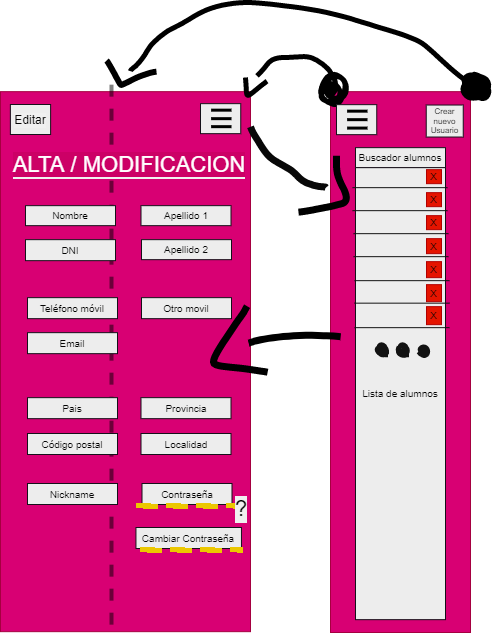
Above: mockup/app.png in OsmanMehmed/Student-Management-App (draw.io), before the change. Source tidied: cells renumbered, new cells last; positions are measured from the earlier drawing's top-left corner, leaving out a move shared by most shapes.
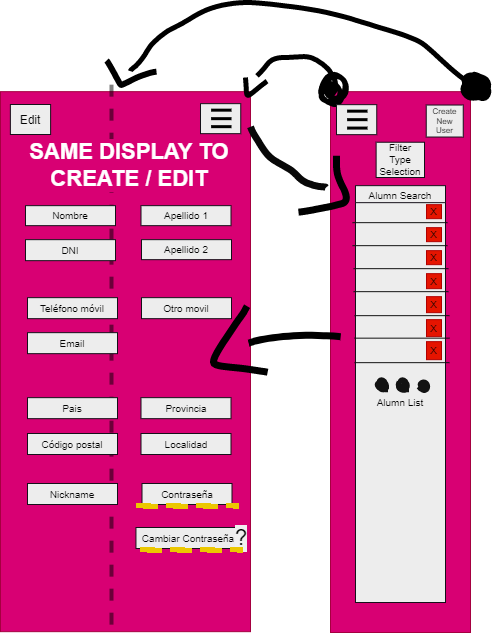
Above is the later version.

The edit, as a diff of the source:
```diff
@@ -20,68 +20,68 @@
     <mxCell id="7" style="shape=(stored shape, 492 characters);fillColor=none;strokeColor=#000000;strokeWidth=7;" parent="1" vertex="1">
       <mxGeometry x="213" y="303.7" width="54.1" height="66" as="geometry" />
     </mxCell>
-    <mxCell id="8" value="&lt;font color=&quot;#030303&quot;&gt;Buscador alumnos&lt;/font&gt;" style="rounded=0;whiteSpace=wrap;html=1;fontSize=10;strokeColor=#151019;fillColor=#EDEDED;" parent="1" vertex="1">
-      <mxGeometry x="355" y="145.2" width="90" height="20" as="geometry" />
+    <mxCell id="8" value="&lt;font color=&quot;#030303&quot;&gt;Alumn Search&lt;/font&gt;" style="rounded=0;whiteSpace=wrap;html=1;fontSize=10;strokeColor=#151019;fillColor=#EDEDED;" parent="1" vertex="1">
+      <mxGeometry x="355" y="183.2" width="90" height="20" as="geometry" />
     </mxCell>
-    <mxCell id="9" value="&lt;font color=&quot;#030303&quot;&gt;Lista de alumnos&lt;/font&gt;" style="rounded=0;whiteSpace=wrap;html=1;fontSize=10;strokeColor=#151019;fillColor=#EDEDED;" parent="1" vertex="1">
-      <mxGeometry x="355" y="165.2" width="90" height="452" as="geometry" />
+    <mxCell id="9" value="&lt;font color=&quot;#030303&quot;&gt;Alumn List&lt;/font&gt;" style="rounded=0;whiteSpace=wrap;html=1;fontSize=10;strokeColor=#151019;fillColor=#EDEDED;" parent="1" vertex="1">
+      <mxGeometry x="355" y="200.2" width="90" height="399.8" as="geometry" />
     </mxCell>
     <mxCell id="10" style="shape=(stored shape, 764 characters);fillColor=none;labelBackgroundColor=#F0F0F0;fontColor=#030303;strokeColor=#080808;strokeWidth=7;" parent="1" vertex="1">
       <mxGeometry x="250" y="124.3" width="75.5" height="60.8" as="geometry" />
     </mxCell>
     <mxCell id="11" style="line;strokeWidth=1;html=1;perimeter=backbonePerimeter;labelBackgroundColor=#F0F0F0;fontColor=#030303;fillColor=#000000;gradientColor=#1F1F1F;strokeColor=#121212;" parent="1" vertex="1">
-      <mxGeometry x="352" y="180.2" width="95" height="10" as="geometry" />
+      <mxGeometry x="352" y="215.2" width="95" height="10" as="geometry" />
     </mxCell>
     <mxCell id="12" style="line;strokeWidth=1;html=1;perimeter=backbonePerimeter;labelBackgroundColor=#F0F0F0;fontColor=#030303;fillColor=#000000;gradientColor=#1F1F1F;strokeColor=#121212;" parent="1" vertex="1">
-      <mxGeometry x="352" y="203.2" width="95" height="10" as="geometry" />
+      <mxGeometry x="352" y="238.2" width="95" height="10" as="geometry" />
     </mxCell>
     <mxCell id="13" style="line;strokeWidth=1;html=1;perimeter=backbonePerimeter;labelBackgroundColor=#F0F0F0;fontColor=#030303;fillColor=#000000;gradientColor=#1F1F1F;strokeColor=#121212;" parent="1" vertex="1">
-      <mxGeometry x="353" y="226.2" width="95" height="10" as="geometry" />
+      <mxGeometry x="353" y="261.2" width="95" height="10" as="geometry" />
     </mxCell>
     <mxCell id="14" style="line;strokeWidth=1;html=1;perimeter=backbonePerimeter;labelBackgroundColor=#F0F0F0;fontColor=#030303;fillColor=#000000;gradientColor=#1F1F1F;strokeColor=#121212;" parent="1" vertex="1">
-      <mxGeometry x="353" y="249.2" width="95" height="10" as="geometry" />
+      <mxGeometry x="353" y="284.2" width="95" height="10" as="geometry" />
     </mxCell>
     <mxCell id="15" style="line;strokeWidth=1;html=1;perimeter=backbonePerimeter;labelBackgroundColor=#F0F0F0;fontColor=#030303;fillColor=#000000;gradientColor=#1F1F1F;strokeColor=#121212;" parent="1" vertex="1">
-      <mxGeometry x="354" y="273.2" width="95" height="10" as="geometry" />
+      <mxGeometry x="354" y="308.2" width="95" height="10" as="geometry" />
     </mxCell>
     <mxCell id="16" style="line;strokeWidth=1;html=1;perimeter=backbonePerimeter;labelBackgroundColor=#F0F0F0;fontColor=#030303;fillColor=#000000;gradientColor=#1F1F1F;strokeColor=#121212;" parent="1" vertex="1">
-      <mxGeometry x="354" y="295.2" width="95" height="11" as="geometry" />
+      <mxGeometry x="354" y="330.2" width="95" height="11" as="geometry" />
     </mxCell>
     <mxCell id="17" style="line;strokeWidth=1;html=1;perimeter=backbonePerimeter;labelBackgroundColor=#F0F0F0;fontColor=#030303;fillColor=#000000;gradientColor=#1F1F1F;strokeColor=#121212;" parent="1" vertex="1">
-      <mxGeometry x="354" y="319.2" width="95" height="12" as="geometry" />
+      <mxGeometry x="354" y="354.2" width="95" height="12" as="geometry" />
     </mxCell>
     <mxCell id="18" style="shape=(stored shape, 488 characters);fillColor=none;labelBackgroundColor=#F0F0F0;fontColor=#030303;strokeColor=#121212;strokeWidth=4;" parent="1" vertex="1">
-      <mxGeometry x="377.8" y="346.4" width="8.8" height="6.4" as="geometry" />
+      <mxGeometry x="377.8" y="381.4" width="8.8" height="6.4" as="geometry" />
     </mxCell>
     <mxCell id="19" style="shape=(stored shape, 440 characters);fillColor=none;labelBackgroundColor=#F0F0F0;fontColor=#030303;strokeColor=#121212;strokeWidth=7;" parent="1" vertex="1">
-      <mxGeometry x="418.7" y="345.6" width="7.4" height="6.3" as="geometry" />
+      <mxGeometry x="418.7" y="380.6" width="7.4" height="6.3" as="geometry" />
     </mxCell>
     <mxCell id="20" style="shape=(stored shape, 552 characters);fillColor=none;labelBackgroundColor=#F0F0F0;fontColor=#030303;strokeColor=#121212;strokeWidth=3;" parent="1" vertex="1">
-      <mxGeometry x="397" y="343.3" width="10.1" height="10.5" as="geometry" />
+      <mxGeometry x="397" y="378.3" width="10.1" height="10.5" as="geometry" />
     </mxCell>
     <mxCell id="21" value="&lt;font color=&quot;#030303&quot;&gt;X&lt;/font&gt;" style="rounded=0;whiteSpace=wrap;html=1;fontSize=10;strokeColor=#B20000;fillColor=#e51400;fontColor=#ffffff;" parent="1" vertex="1">
-      <mxGeometry x="426" y="167.2" width="15" height="14" as="geometry" />
+      <mxGeometry x="426" y="202.2" width="15" height="14" as="geometry" />
     </mxCell>
     <mxCell id="22" style="shape=(stored shape, 1152 characters);fillColor=none;labelBackgroundColor=#F0F0F0;fontColor=#030303;strokeColor=#121212;strokeWidth=3;" parent="1" vertex="1">
-      <mxGeometry x="396.8" y="341.3" width="10.9" height="13.3" as="geometry" />
+      <mxGeometry x="396.8" y="376.3" width="10.9" height="13.3" as="geometry" />
     </mxCell>
     <mxCell id="23" style="shape=(stored shape, 1152 characters);fillColor=none;labelBackgroundColor=#F0F0F0;fontColor=#030303;strokeColor=#121212;strokeWidth=3;" parent="1" vertex="1">
-      <mxGeometry x="375.8" y="341.3" width="10.9" height="13.3" as="geometry" />
+      <mxGeometry x="375.8" y="376.3" width="10.9" height="13.3" as="geometry" />
     </mxCell>
     <mxCell id="24" value="&lt;font color=&quot;#030303&quot;&gt;X&lt;/font&gt;" style="rounded=0;whiteSpace=wrap;html=1;fontSize=10;strokeColor=#B20000;fillColor=#e51400;fontColor=#ffffff;" parent="1" vertex="1">
-      <mxGeometry x="426" y="190.2" width="15" height="14" as="geometry" />
+      <mxGeometry x="426" y="225.2" width="15" height="14" as="geometry" />
     </mxCell>
     <mxCell id="25" value="&lt;font color=&quot;#030303&quot;&gt;X&lt;/font&gt;" style="rounded=0;whiteSpace=wrap;html=1;fontSize=10;strokeColor=#B20000;fillColor=#e51400;fontColor=#ffffff;" parent="1" vertex="1">
-      <mxGeometry x="426" y="213.2" width="15" height="14" as="geometry" />
+      <mxGeometry x="426" y="248.2" width="15" height="14" as="geometry" />
     </mxCell>
     <mxCell id="26" value="&lt;font color=&quot;#030303&quot;&gt;X&lt;/font&gt;" style="rounded=0;whiteSpace=wrap;html=1;fontSize=10;strokeColor=#B20000;fillColor=#e51400;fontColor=#ffffff;" parent="1" vertex="1">
-      <mxGeometry x="426" y="236.2" width="15" height="15" as="geometry" />
+      <mxGeometry x="426" y="271.2" width="15" height="15" as="geometry" />
     </mxCell>
     <mxCell id="27" value="&lt;font color=&quot;#030303&quot;&gt;X&lt;/font&gt;" style="rounded=0;whiteSpace=wrap;html=1;fontSize=10;strokeColor=#B20000;fillColor=#e51400;fontColor=#ffffff;" parent="1" vertex="1">
-      <mxGeometry x="426" y="259.2" width="15" height="16" as="geometry" />
+      <mxGeometry x="426" y="294.2" width="15" height="16" as="geometry" />
     </mxCell>
     <mxCell id="28" value="&lt;font color=&quot;#030303&quot;&gt;X&lt;/font&gt;" style="rounded=0;whiteSpace=wrap;html=1;fontSize=10;strokeColor=#B20000;fillColor=#e51400;fontColor=#ffffff;" parent="1" vertex="1">
-      <mxGeometry x="426" y="282.2" width="15" height="17" as="geometry" />
+      <mxGeometry x="426" y="317.2" width="15" height="17" as="geometry" />
     </mxCell>
     <mxCell id="29" style="line;strokeWidth=3;html=1;perimeter=backbonePerimeter;labelBackgroundColor=#F0F0F0;fontColor=#030303;fillColor=#000000;gradientColor=#1F1F1F;strokeColor=#000000;" parent="1" vertex="1">
       <mxGeometry x="210.6" y="111.2" width="20.4" height="10" as="geometry" />
@@ -90,7 +90,7 @@
       <mxGeometry x="210.6" y="104.2" width="20.4" height="7" as="geometry" />
     </mxCell>
     <mxCell id="31" value="&lt;font color=&quot;#030303&quot;&gt;X&lt;/font&gt;" style="rounded=0;whiteSpace=wrap;html=1;fontSize=10;strokeColor=#B20000;fillColor=#e51400;fontColor=#ffffff;" parent="1" vertex="1">
-      <mxGeometry x="426" y="304.2" width="15" height="18" as="geometry" />
+      <mxGeometry x="426" y="339.2" width="15" height="18" as="geometry" />
     </mxCell>
     <mxCell id="32" style="line;strokeWidth=3;html=1;perimeter=backbonePerimeter;labelBackgroundColor=#F0F0F0;fontColor=#030303;fillColor=#000000;gradientColor=#1F1F1F;strokeColor=#000000;" parent="1" vertex="1">
       <mxGeometry x="210.6" y="119.2" width="20.4" height="10" as="geometry" />
@@ -155,7 +155,7 @@
     <mxCell id="52" style="rounded=0;whiteSpace=wrap;html=1;fontSize=10;strokeColor=#151019;fillColor=#EDEDED;" parent="1" vertex="1">
       <mxGeometry x="9.9" y="102" width="40.2" height="30" as="geometry" />
     </mxCell>
-    <mxCell id="53" value="Editar" style="text;html=1;strokeColor=none;fillColor=none;align=center;verticalAlign=middle;whiteSpace=wrap;rounded=0;dashed=1;labelBackgroundColor=#F0F0F0;fontColor=#030303;opacity=50;" parent="1" vertex="1">
+    <mxCell id="53" value="Edit" style="text;html=1;strokeColor=none;fillColor=none;align=center;verticalAlign=middle;whiteSpace=wrap;rounded=0;dashed=1;labelBackgroundColor=#F0F0F0;fontColor=#030303;opacity=50;" parent="1" vertex="1">
       <mxGeometry y="103" width="60" height="30" as="geometry" />
     </mxCell>
     <mxCell id="54" style="rounded=0;whiteSpace=wrap;html=1;dashed=1;labelBackgroundColor=#F0F0F0;fontColor=#000000;strokeColor=#EBC700;strokeWidth=5;fillColor=none;" parent="1" vertex="1">
@@ -165,15 +165,15 @@
       <mxGeometry x="135.4" y="525" width="105.5" height="21" as="geometry" />
     </mxCell>
     <mxCell id="56" value="&lt;font style=&quot;font-size: 22px&quot;&gt;?&lt;/font&gt;" style="text;html=1;strokeColor=none;fillColor=none;align=center;verticalAlign=middle;whiteSpace=wrap;rounded=0;dashed=1;labelBackgroundColor=#F0F0F0;fontColor=#030303;" parent="1" vertex="1">
-      <mxGeometry x="210.6" y="492" width="60" height="30" as="geometry" />
+      <mxGeometry x="210.6" y="520.5" width="60" height="30" as="geometry" />
     </mxCell>
     <mxCell id="57" style="rounded=0;whiteSpace=wrap;html=1;dashed=1;labelBackgroundColor=#F0F0F0;fontColor=#000000;strokeColor=#EBC700;strokeWidth=5;fillColor=none;" parent="1" vertex="1">
       <mxGeometry x="139.4" y="547" width="100.5" height="1" as="geometry" />
     </mxCell>
-    <mxCell id="58" value="&lt;span style=&quot;background-color: rgb(204 , 0 , 102)&quot;&gt;ALTA / MODIFICACION&lt;/span&gt;" style="text;html=1;strokeColor=#3700CC;fillColor=none;align=center;verticalAlign=middle;whiteSpace=wrap;rounded=0;dashed=1;labelBackgroundColor=#F0F0F0;fontSize=22;fontColor=#ffffff;opacity=0;" parent="1" vertex="1">
+    <mxCell id="58" value="&lt;span style=&quot;&quot;&gt;SAME DISPLAY TO CREATE / EDIT&lt;/span&gt;" style="text;html=1;strokeColor=#3700CC;fillColor=none;align=center;verticalAlign=middle;whiteSpace=wrap;rounded=0;dashed=1;labelBackgroundColor=#D80073;fontSize=22;fontColor=#ffffff;opacity=0;fontStyle=1;" parent="1" vertex="1">
       <mxGeometry x="9.9" y="162.2" width="238.2" as="geometry" />
     </mxCell>
-    <mxCell id="59" value="&lt;font color=&quot;#030303&quot; style=&quot;font-size: 8px;&quot;&gt;Crear nuevo Usuario&lt;/font&gt;" style="rounded=0;whiteSpace=wrap;html=1;fontSize=8;strokeColor=#151019;fillColor=#EDEDED;" parent="1" vertex="1">
+    <mxCell id="59" value="&lt;font color=&quot;#030303&quot; style=&quot;font-size: 8px&quot;&gt;Create&lt;br&gt;New User&lt;br&gt;&lt;/font&gt;" style="rounded=0;whiteSpace=wrap;html=1;fontSize=8;strokeColor=#151019;fillColor=#EDEDED;" parent="1" vertex="1">
       <mxGeometry x="425.7" y="102.5" width="37" height="32" as="geometry" />
     </mxCell>
     <mxCell id="60" style="rounded=0;whiteSpace=wrap;html=1;fontSize=10;strokeColor=#151019;fillColor=#EDEDED;" parent="1" vertex="1">
@@ -188,5 +188,8 @@
     <mxCell id="63" style="line;strokeWidth=3;html=1;perimeter=backbonePerimeter;labelBackgroundColor=#F0F0F0;fontColor=#030303;fillColor=#000000;gradientColor=#1F1F1F;strokeColor=#000000;" parent="1" vertex="1">
       <mxGeometry x="346.6" y="121" width="20.4" height="9.2" as="geometry" />
     </mxCell>
+    <mxCell id="64" value="&lt;font color=&quot;#030303&quot;&gt;Filter Type Selection&lt;br&gt;&lt;/font&gt;" style="rounded=0;whiteSpace=wrap;html=1;fontSize=10;strokeColor=#151019;fillColor=#EDEDED;" parent="1" vertex="1">
+      <mxGeometry x="375.6" y="139.7" width="48.4" height="35.3" as="geometry" />
+    </mxCell>
   </root>
 </mxGraphModel>
```
